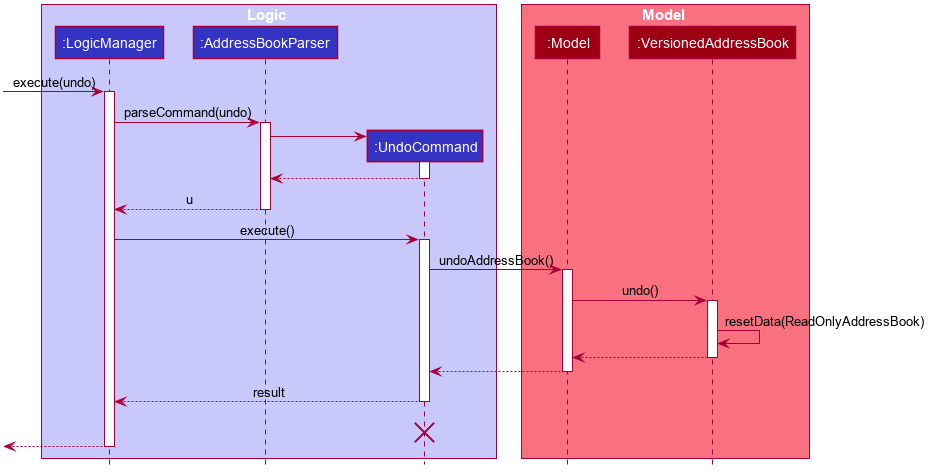
The PlantUML diagram docs/images/UndoSequenceDiagram.png in se-edu/addressbook-level4, before a commit.
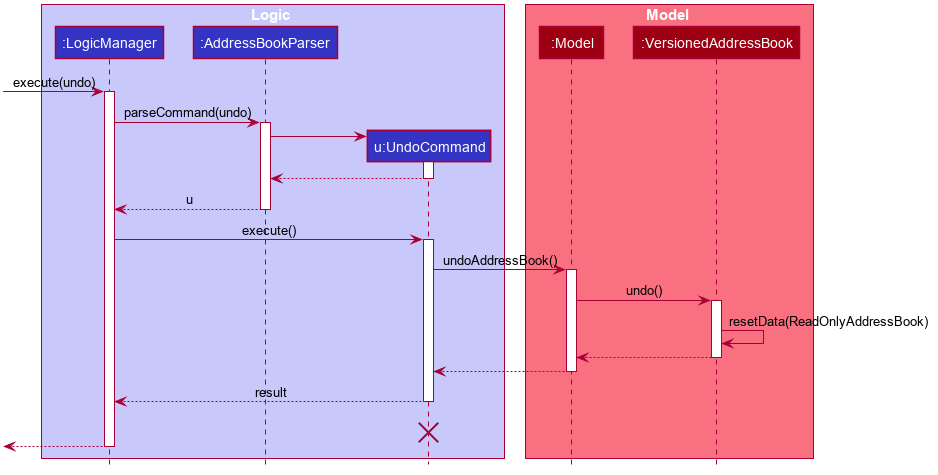
After the change.

Change to the diagram source:
```diff
@@ -48,7 +48,7 @@
 box Logic #C8C8FA
 participant ":LogicManager" as LogicManager #3333C4
 participant ":AddressBookParser" as AddressBookParser #3333C4
-participant ":UndoCommand" as UndoCommand #3333C4
+participant "u:UndoCommand" as UndoCommand #3333C4
 end box
 
 box Model #F97181
```
